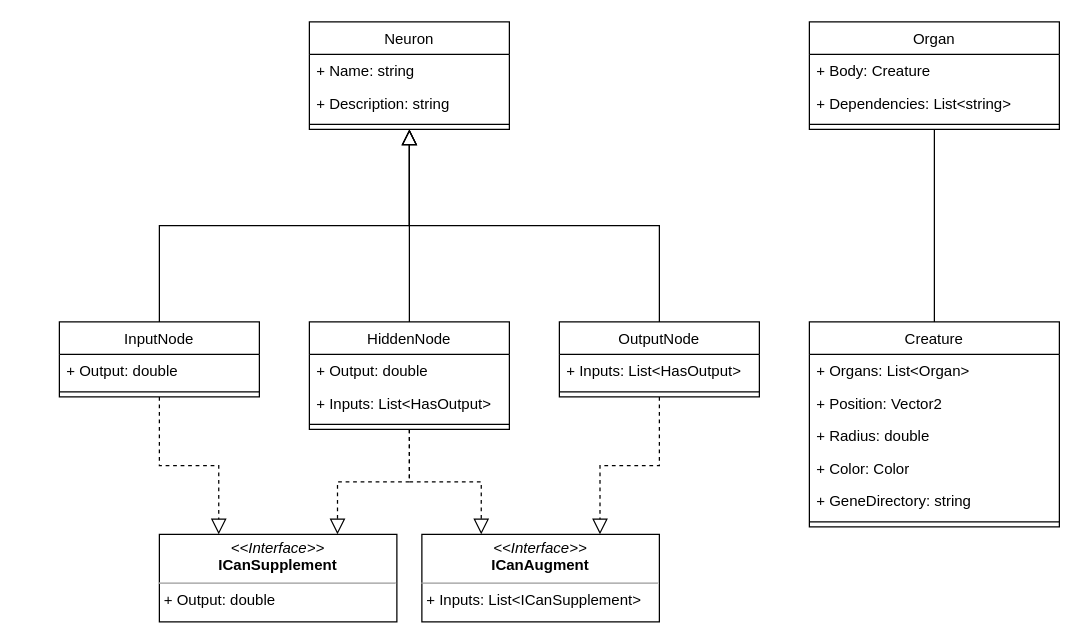
Exouxas/FosterScript.Core keeps this draw.io diagram as ClassDiagram.drawio. Above is the earlier version. Source tidied: cells renumbered, new cells numbered last; positions are measured from the earlier drawing's top-left corner, leaving out a move shared by most shapes. Both pictures are drawn from the tidied source at 125%, with x=0, y=0 at pixel (59, 21).
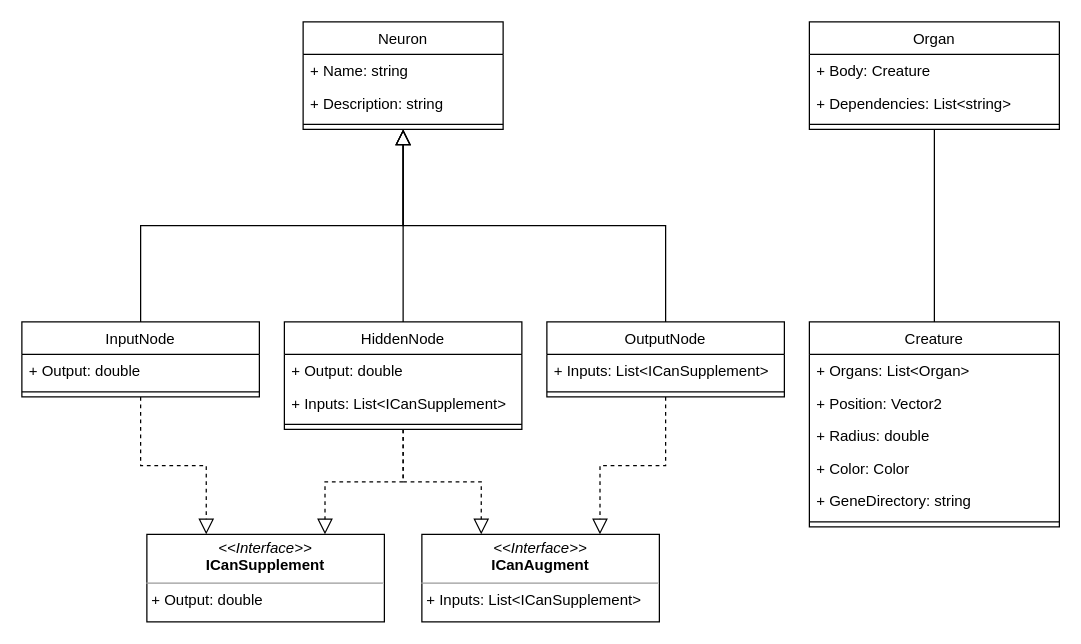
The same page after the edit.

Commit message:
Fixed naming consistency again

Diff of the diagram source:
```diff
@@
     <mxCell id="2" value="Neuron" style="swimlane;fontStyle=0;align=center;verticalAlign=top;horizontal=1;startSize=26;rounded=0;shadow=0;strokeWidth=1;" parent="1" vertex="1">
-      <mxGeometry x="200" width="160" height="86" as="geometry" />
+      <mxGeometry x="195" width="160" height="86" as="geometry" />
     </mxCell>
@@
     <mxCell id="6" value="InputNode" style="swimlane;fontStyle=0;align=center;verticalAlign=top;horizontal=1;startSize=26;rounded=0;shadow=0;strokeWidth=1;" parent="1" vertex="1">
-      <mxGeometry y="240" width="160" height="60" as="geometry" />
+      <mxGeometry x="-30" y="240" width="190" height="60" as="geometry" />
     </mxCell>
     <mxCell id="7" value="+ Output: double" style="text;align=left;verticalAlign=top;spacingLeft=4;spacingRight=4;overflow=hidden;" parent="6" vertex="1">
-      <mxGeometry y="26" width="160" height="26" as="geometry" />
+      <mxGeometry y="26" width="190" height="26" as="geometry" />
     </mxCell>
     <mxCell id="8" style="line;html=1;strokeWidth=1;align=left;verticalAlign=middle;spacingTop=-1;spacingLeft=3;spacingRight=3;labelPosition=right;" parent="6" vertex="1">
-      <mxGeometry y="52" width="160" height="8" as="geometry" />
+      <mxGeometry y="52" width="190" height="8" as="geometry" />
     </mxCell>
@@
     <mxCell id="10" value="OutputNode" style="swimlane;fontStyle=0;align=center;verticalAlign=top;horizontal=1;startSize=26;rounded=0;shadow=0;strokeWidth=1;" parent="1" vertex="1">
-      <mxGeometry x="400" y="240" width="160" height="60" as="geometry" />
+      <mxGeometry x="390" y="240" width="190" height="60" as="geometry" />
     </mxCell>
-    <mxCell id="11" value="+ Inputs: List&lt;HasOutput&gt;" style="text;align=left;verticalAlign=top;spacingLeft=4;spacingRight=4;overflow=hidden;rounded=0;shadow=0;html=0;" parent="10" vertex="1">
-      <mxGeometry y="26" width="160" height="26" as="geometry" />
+    <mxCell id="11" value="+ Inputs: List&lt;ICanSupplement&gt;" style="text;align=left;verticalAlign=top;spacingLeft=4;spacingRight=4;overflow=hidden;rounded=0;shadow=0;html=0;" parent="10" vertex="1">
+      <mxGeometry y="26" width="190" height="26" as="geometry" />
     </mxCell>
     <mxCell id="12" style="line;html=1;strokeWidth=1;align=left;verticalAlign=middle;spacingTop=-1;spacingLeft=3;spacingRight=3;labelPosition=right;" parent="10" vertex="1">
-      <mxGeometry y="52" width="160" height="8" as="geometry" />
+      <mxGeometry y="52" width="190" height="8" as="geometry" />
     </mxCell>
@@
     <mxCell id="26" value="HiddenNode" style="swimlane;fontStyle=0;align=center;verticalAlign=top;horizontal=1;startSize=26;rounded=0;shadow=0;strokeWidth=1;" parent="1" vertex="1">
-      <mxGeometry x="200" y="240" width="160" height="86" as="geometry" />
+      <mxGeometry x="180" y="240" width="190" height="86" as="geometry" />
     </mxCell>
     <mxCell id="27" value="+ Output: double" style="text;align=left;verticalAlign=top;spacingLeft=4;spacingRight=4;overflow=hidden;" parent="26" vertex="1">
-      <mxGeometry y="26" width="160" height="26" as="geometry" />
+      <mxGeometry y="26" width="190" height="26" as="geometry" />
     </mxCell>
-    <mxCell id="28" value="+ Inputs: List&lt;HasOutput&gt;" style="text;align=left;verticalAlign=top;spacingLeft=4;spacingRight=4;overflow=hidden;rounded=0;shadow=0;html=0;" parent="26" vertex="1">
-      <mxGeometry y="52" width="160" height="26" as="geometry" />
+    <mxCell id="28" value="+ Inputs: List&lt;ICanSupplement&gt;" style="text;align=left;verticalAlign=top;spacingLeft=4;spacingRight=4;overflow=hidden;rounded=0;shadow=0;html=0;" parent="26" vertex="1">
+      <mxGeometry y="52" width="190" height="26" as="geometry" />
     </mxCell>
     <mxCell id="29" style="line;html=1;strokeWidth=1;align=left;verticalAlign=middle;spacingTop=-1;spacingLeft=3;spacingRight=3;labelPosition=right;" parent="26" vertex="1">
-      <mxGeometry y="78" width="160" height="8" as="geometry" />
+      <mxGeometry y="78" width="190" height="8" as="geometry" />
     </mxCell>
@@
     <mxCell id="32" value="&lt;p style=&quot;margin: 0px ; margin-top: 4px ; text-align: center&quot;&gt;&lt;i&gt;&amp;lt;&amp;lt;Interface&amp;gt;&amp;gt;&lt;/i&gt;&lt;br&gt;&lt;b&gt;ICanSupplement&lt;/b&gt;&lt;/p&gt;&lt;hr size=&quot;1&quot;&gt;&lt;p style=&quot;margin: 0px ; margin-left: 4px&quot;&gt;+ Output: double&lt;br&gt;&lt;/p&gt;" style="verticalAlign=top;align=left;overflow=fill;fontSize=12;fontFamily=Helvetica;html=1;" parent="1" vertex="1">
-      <mxGeometry x="80" y="410" width="190" height="70" as="geometry" />
+      <mxGeometry x="70" y="410" width="190" height="70" as="geometry" />
     </mxCell>
```
